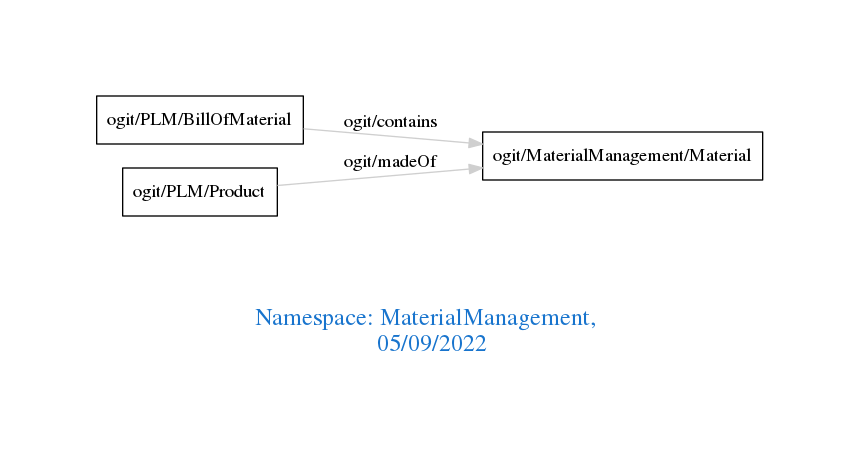
arago/OGIT keeps this Graphviz diagram as downloads/MaterialManagement.png. Above is the earlier version. Its source is kept beside it as downloads/MaterialManagement.dot.
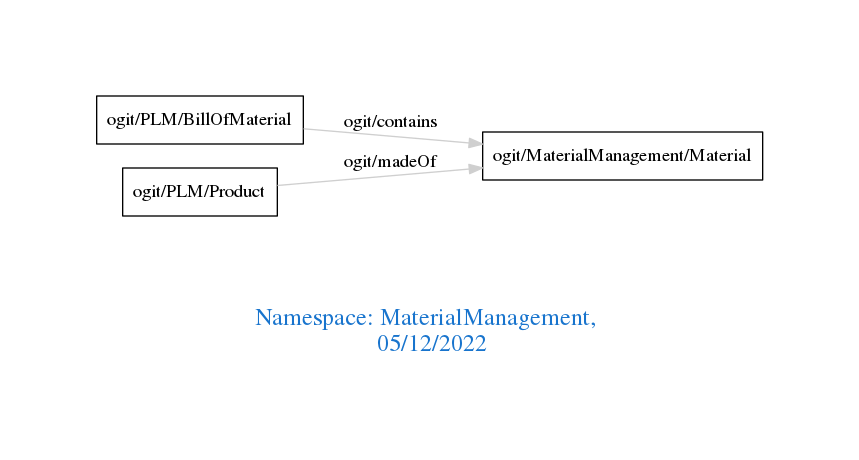
Later version of the same file.

What changed in the source:
```diff
@@ -1,7 +1,7 @@
 digraph OGIT_ontology {
  graph [ rankdir= LR,pad=1
 fontsize = 18,
-fontcolor= dodgerblue3,label = "\n\n\nNamespace: MaterialManagement, \n 05/09/2022"];
+fontcolor= dodgerblue3,label = "\n\n\nNamespace: MaterialManagement, \n 05/12/2022"];
 node[shape=polygon];
 edge [  color="gray81"];
 
```
